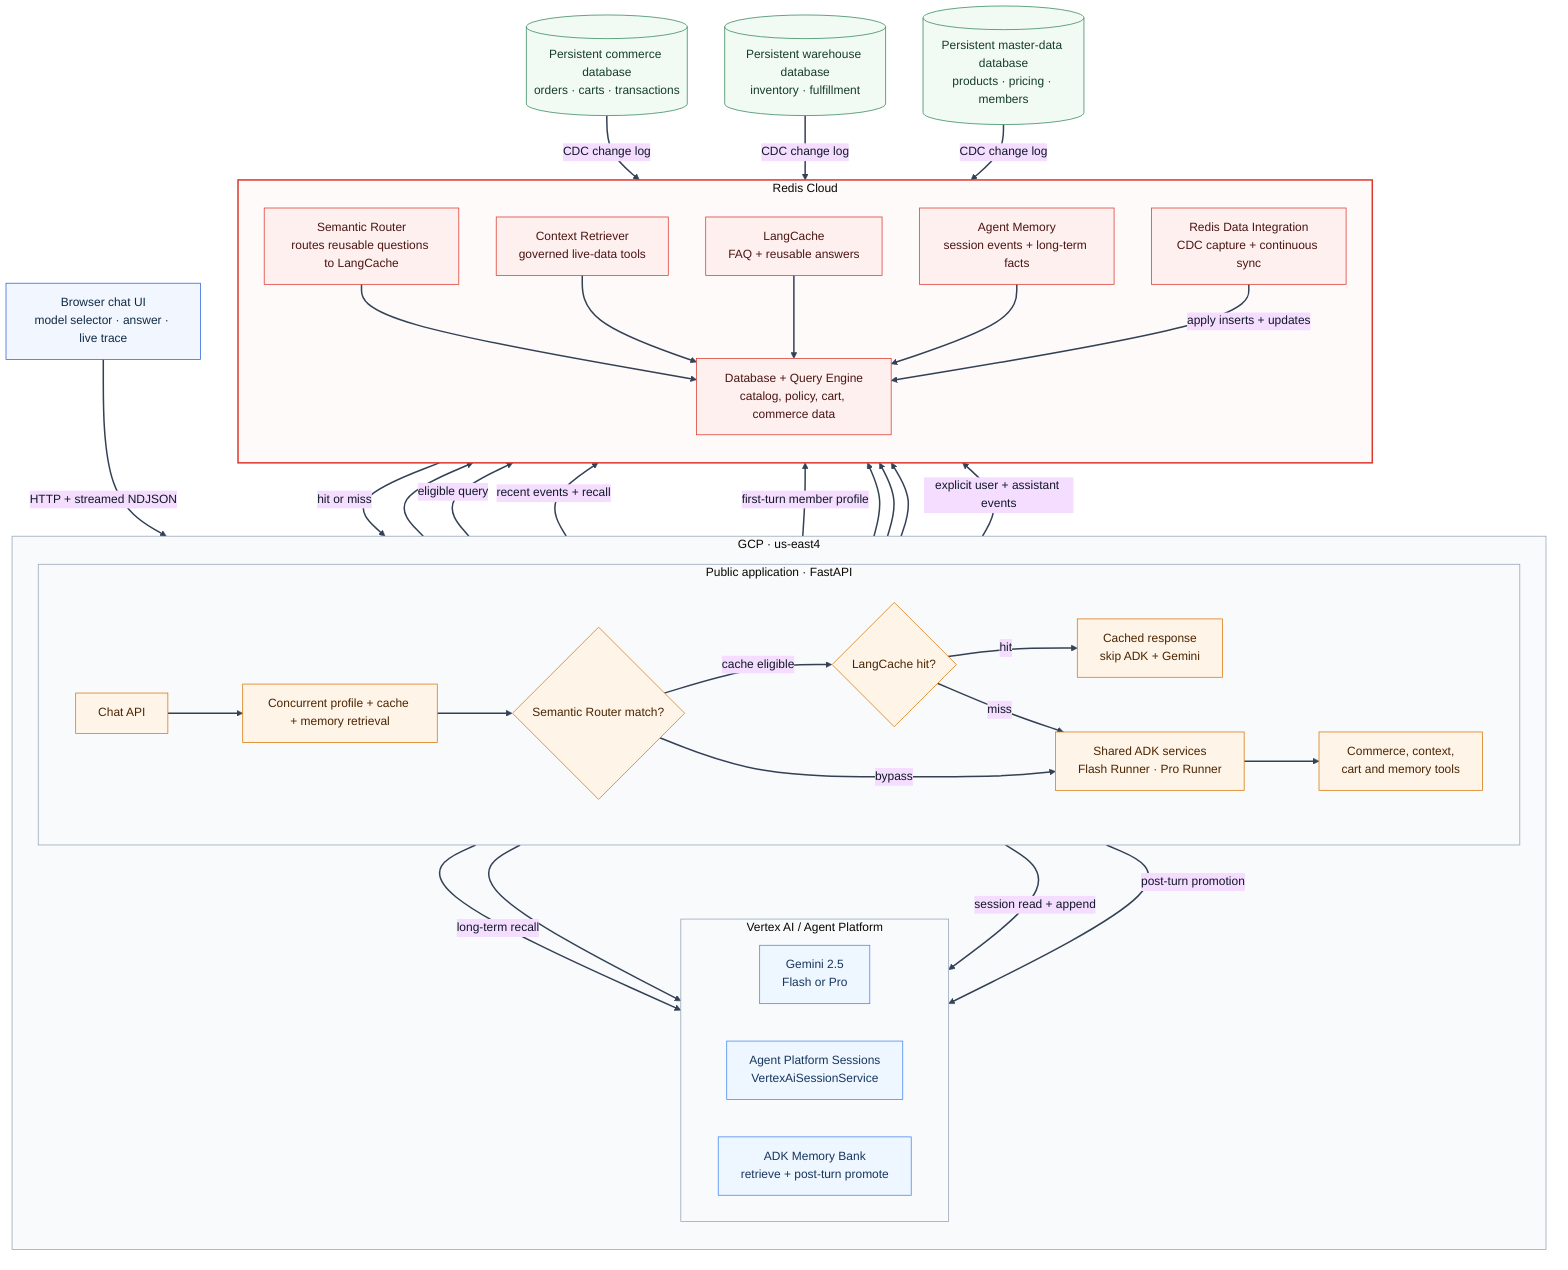
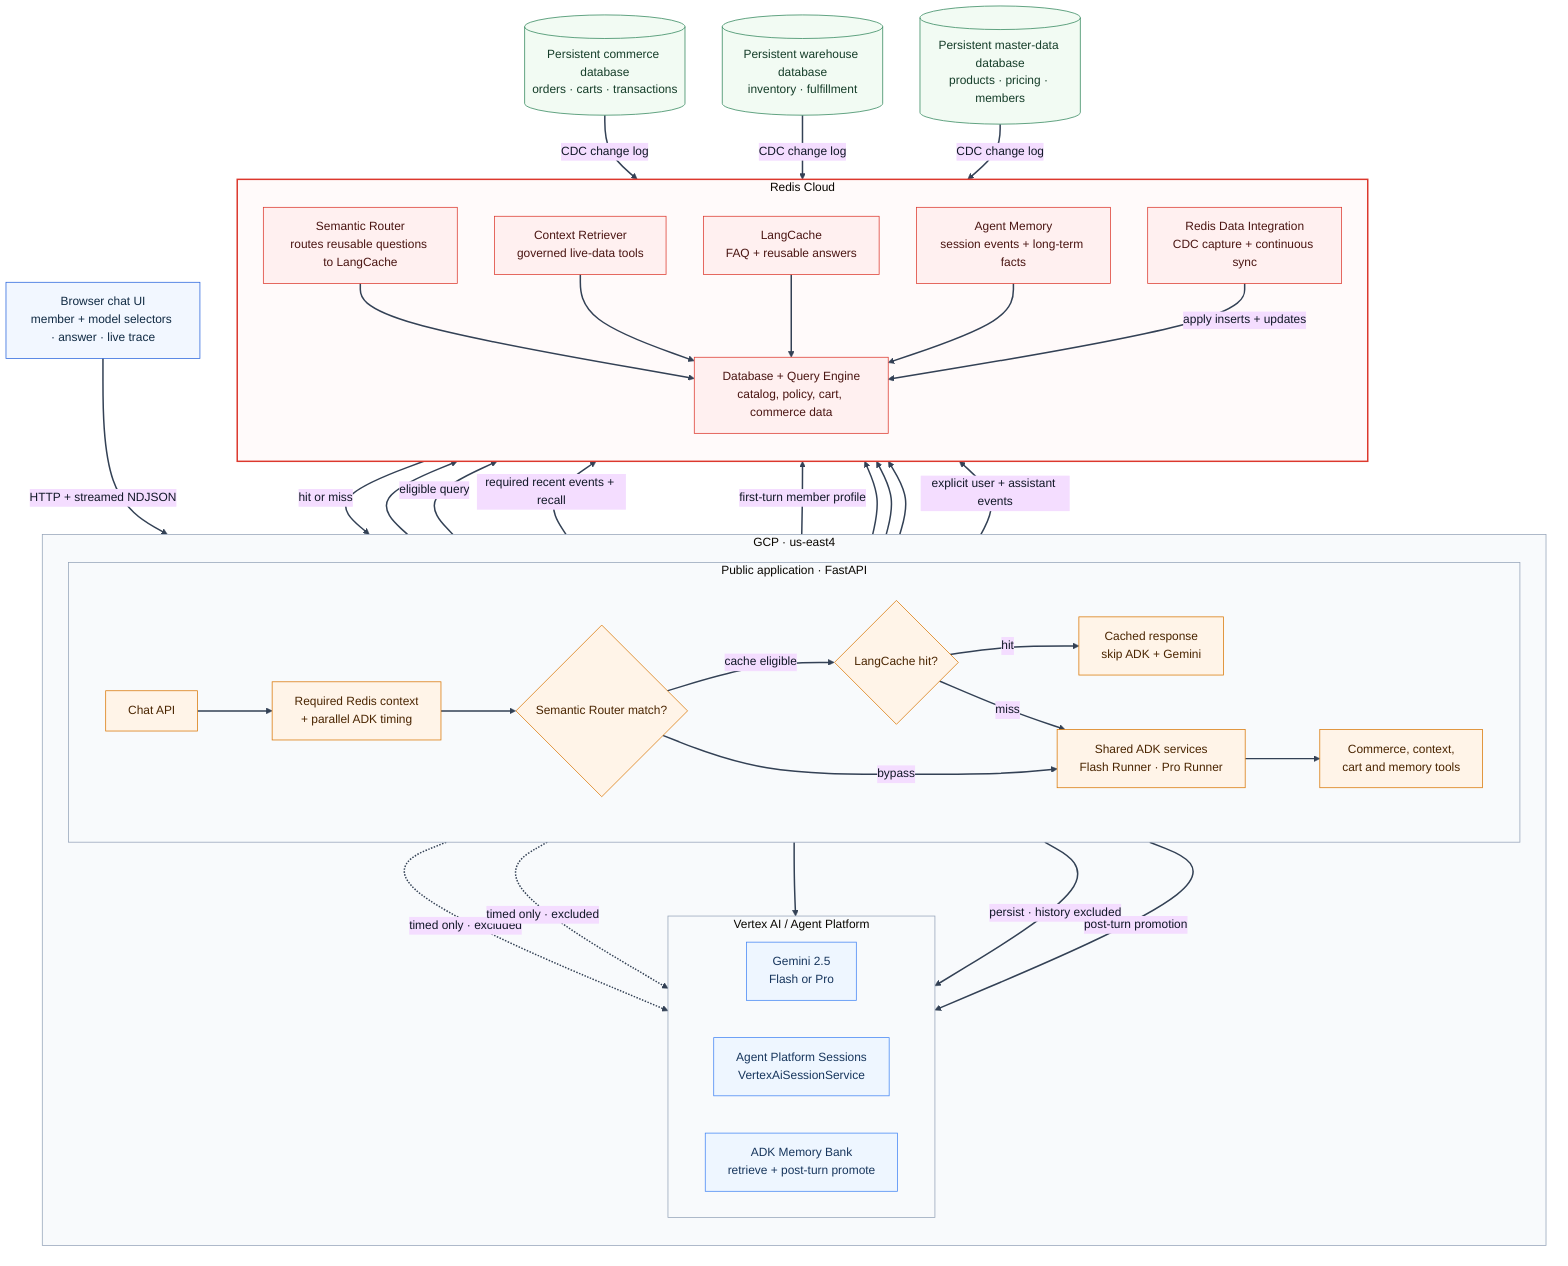
%%{init: {"theme":"base","themeVariables":{"background":"#ffffff","primaryTextColor":"#111827","lineColor":"#334155","clusterBkg":"#f8fafc","clusterBorder":"#94a3b8"},"flowchart":{"curve":"basis"}}}%%
flowchart TB
-     browser["Browser chat UI<br/>model selector · answer · live trace"]
+     browser["Browser chat UI<br/>member + model selectors · answer · live trace"]

    subgraph gcp["GCP · us-east4"]
        direction TB
        subgraph run["Public application · FastAPI"]
            direction LR
-             api["Chat API"] --> prefetch["Concurrent profile + cache + memory retrieval"]
+             api["Chat API"] --> prefetch["Required Redis context<br/>+ parallel ADK timing"]
            prefetch --> route{"Semantic Router match?"}
            route -->|cache eligible| gate{"LangCache hit?"}
            gate -->|hit| cached["Cached response<br/>skip ADK + Gemini"]
            gate -->|miss| runners["Shared ADK services<br/>Flash Runner · Pro Runner"]
            route -->|bypass| runners
            runners --> tools["Commerce, context,<br/>cart and memory tools"]
        end

        subgraph vertex["Vertex AI / Agent Platform"]
            direction LR
            gemini["Gemini 2.5<br/>Flash or Pro"]
            sessions["Agent Platform Sessions<br/>VertexAiSessionService"]
            bank["ADK Memory Bank<br/>retrieve + post-turn promote"]
        end
    end

    commerce[("Persistent commerce database<br/>orders · carts · transactions")]
    warehouse[("Persistent warehouse database<br/>inventory · fulfillment")]
    master[("Persistent master-data database<br/>products · pricing · members")]

    subgraph rediscloud["Redis Cloud"]
        direction TB
        rdi["Redis Data Integration<br/>CDC capture + continuous sync"]
        cache["LangCache<br/>FAQ + reusable answers"]
        ram["Agent Memory<br/>session events + long-term facts"]
        context["Context Retriever<br/>governed live-data tools"]
        semantic["Semantic Router<br/>routes reusable questions to LangCache"]
        database["Database + Query Engine<br/>catalog, policy, cart, commerce data"]
    end

    browser -->|HTTP + streamed NDJSON| api

    route --> semantic
    semantic --> database
    route -->|eligible query| cache
    cache -->|hit or miss| gate
-     prefetch -->|recent events + recall| ram
-     prefetch -->|long-term recall| bank
+     prefetch -->|required recent events + recall| ram
+     prefetch -.->|timed only · excluded| bank
+     prefetch -.->|timed only · excluded| sessions
    prefetch -->|first-turn member profile| context

    runners --> gemini
-     runners -->|session read + append| sessions
+     runners -->|persist · history excluded| sessions
    runners -->|post-turn promotion| bank
    tools --> context
    tools --> database
    tools --> ram
    context --> database
    api -->|explicit user + assistant events| ram

    cache --> database
    ram --> database
    commerce -->|CDC change log| rdi
    warehouse -->|CDC change log| rdi
    master -->|CDC change log| rdi
    rdi -->|apply inserts + updates| database

    classDef client fill:#f2f7ff,stroke:#2864dc,color:#102a43
    classDef app fill:#fff4e8,stroke:#d97706,color:#4a2500
    classDef google fill:#eef6ff,stroke:#4285f4,color:#17365d
    classDef redis fill:#fff0f0,stroke:#dc382d,color:#4a1512
    classDef source fill:#f2fbf3,stroke:#2f855a,color:#153d29

    class browser client
    class api,prefetch,route,gate,cached,runners,tools app
    class gemini,sessions,bank google
    class rdi,cache,ram,context,semantic,database redis
    class commerce,warehouse,master source

    style rediscloud fill:#fffafa,stroke:#dc382d,stroke-width:2px

    linkStyle default stroke:#334155,stroke-width:2px
